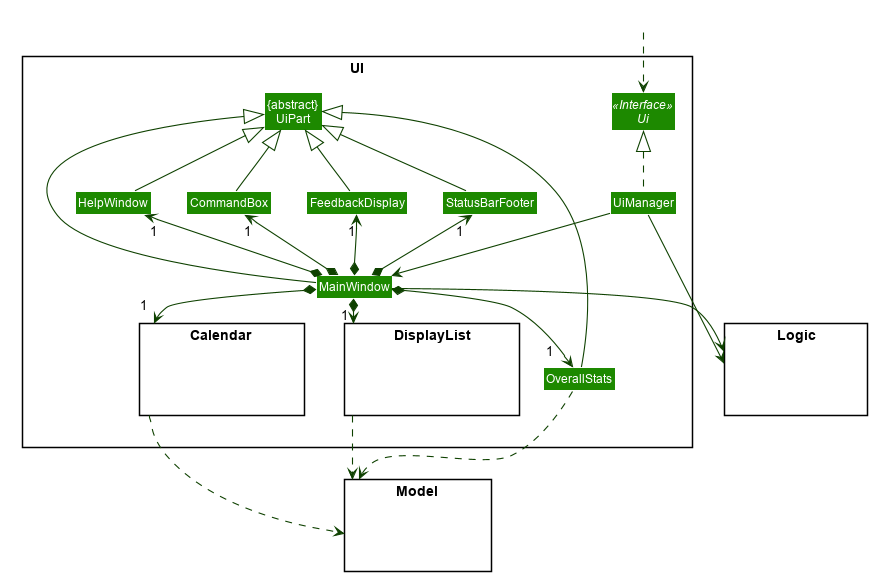
This is docs/images/dev-guide/UiClassDiagram.png from umaikaze/main, a PlantUML export, as it was before one commit.
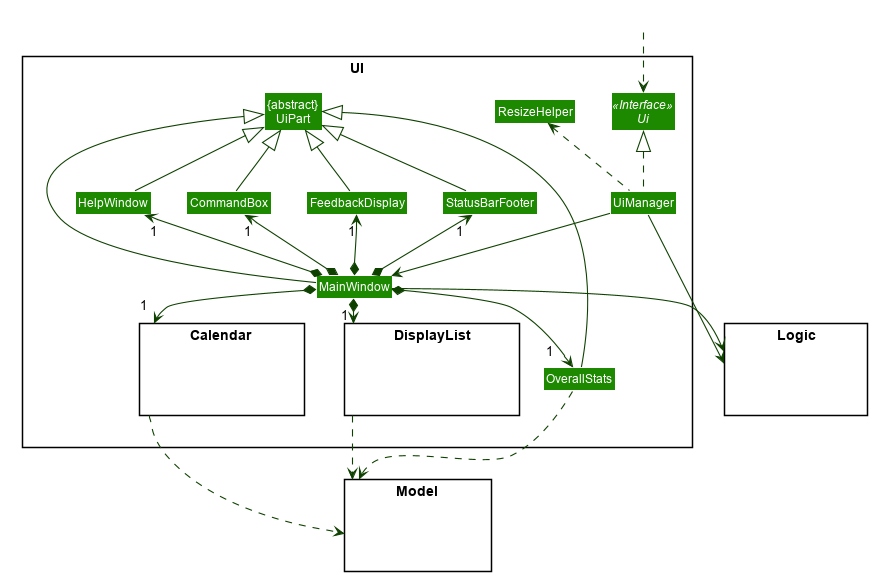
Later version of the same file.

Commit message:
Update UI class diagram

What changed in the source:
```diff
@@ -1,4 +1,4 @@
-@startuml
+@startuml UiClassDiagram
 
 
 
@@ -56,6 +56,7 @@
 Class "{abstract}\nUiPart" as UiPart
 Class UiManager
 Class MainWindow
+Class ResizeHelper
 
 Class StatusBarFooter
 Class FeedbackDisplay
@@ -86,6 +87,7 @@
 HiddenOutside ..> Ui
 
 UiManager .up.|> Ui
+UiManager .up.> ResizeHelper
 UiManager -down-> MainWindow
 
 UiManager --> Logic
```
